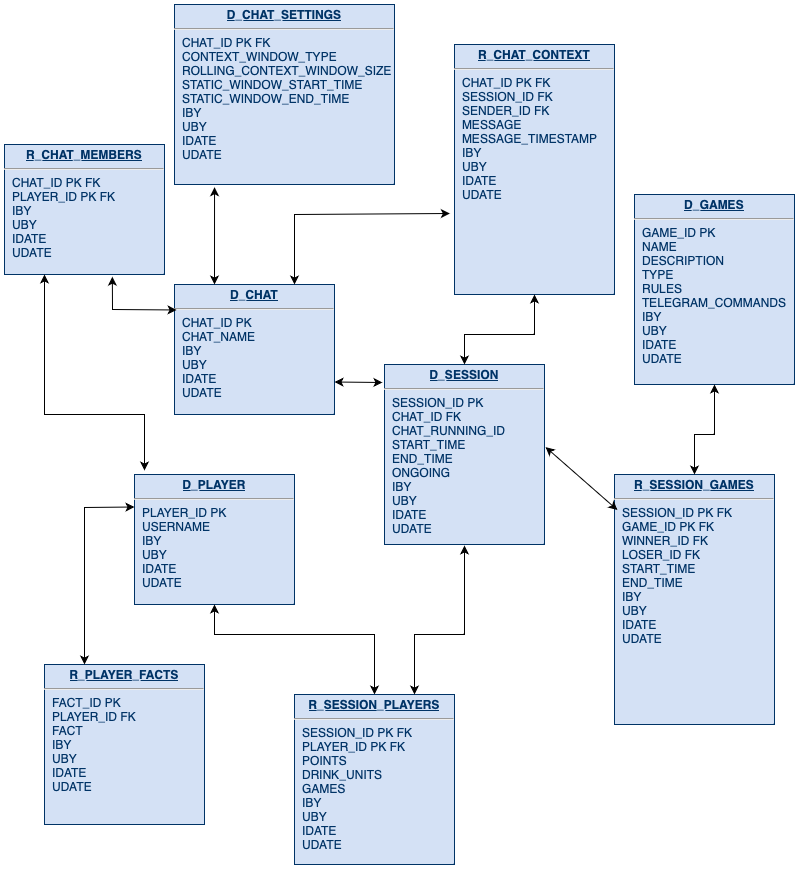
This is TgGameBotDataModel.png from paukkroa/TelegramGameMasterBot, a draw.io export, as it was before one commit. Source tidied: cells renumbered, new cells last; positions are measured from the earlier drawing's top-left corner, leaving out a move shared by most shapes.
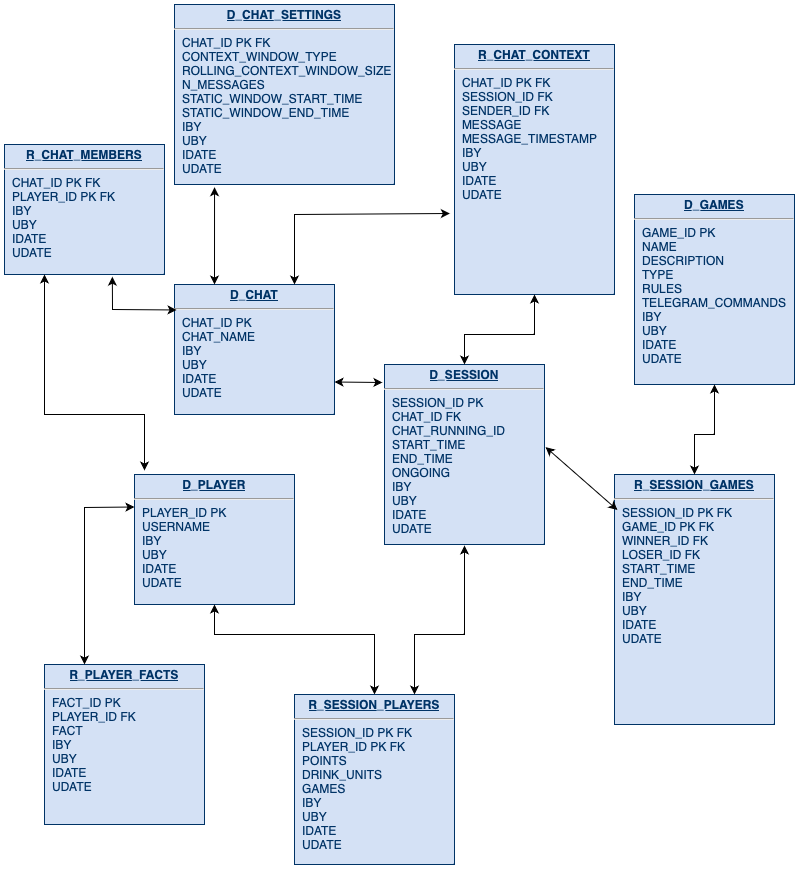
Later version of the same file.

Commit message:
Added n_messages to D_CHAT_SETTINGS

The edit, as a diff of the source:
```diff
@@ -103,7 +103,7 @@
         </Array>
       </mxGeometry>
     </mxCell>
-    <mxCell id="22" value="&lt;p style=&quot;margin: 0px; margin-top: 4px; text-align: center; text-decoration: underline;&quot;&gt;&lt;b&gt;D_CHAT_SETTINGS&lt;/b&gt;&lt;/p&gt;&lt;hr&gt;&lt;p style=&quot;margin: 0px; margin-left: 8px;&quot;&gt;CHAT_ID &lt;span style=&quot;white-space: pre;&quot;&gt;&lt;span style=&quot;white-space: pre;&quot;&gt;&lt;span style=&quot;white-space: pre;&quot;&gt;PK FK&lt;/span&gt;&lt;/span&gt;&lt;/span&gt;&lt;/p&gt;&lt;p style=&quot;margin: 0px; margin-left: 8px;&quot;&gt;&lt;span style=&quot;white-space: pre;&quot;&gt;&lt;span style=&quot;white-space: pre;&quot;&gt;&lt;span style=&quot;white-space: pre;&quot;&gt;CONTEXT_WINDOW_TYPE&lt;/span&gt;&lt;/span&gt;&lt;/span&gt;&lt;/p&gt;&lt;p style=&quot;font-size: 12.000001px; margin: 0px 0px 0px 8px;&quot;&gt;ROLLING_CONTEXT_WINDOW_SIZE&lt;/p&gt;&lt;p style=&quot;font-size: 12.000001px; margin: 0px 0px 0px 8px;&quot;&gt;STATIC_WINDOW_START_TIME&lt;/p&gt;&lt;p style=&quot;font-size: 12.000001px; margin: 0px 0px 0px 8px;&quot;&gt;STATIC_WINDOW_END_TIME&lt;/p&gt;&lt;p style=&quot;font-size: 12.000001px; margin: 0px 0px 0px 8px;&quot;&gt;IBY&lt;/p&gt;&lt;p style=&quot;font-size: 12.000001px; margin: 0px 0px 0px 8px;&quot;&gt;UBY&lt;/p&gt;&lt;p style=&quot;margin: 0px; margin-left: 8px;&quot;&gt;IDATE&lt;/p&gt;&lt;p style=&quot;margin: 0px; margin-left: 8px;&quot;&gt;UDATE&lt;/p&gt;" style="verticalAlign=top;align=left;overflow=fill;fontSize=12;fontFamily=Helvetica;html=1;strokeColor=#003366;shadow=1;fillColor=#D4E1F5;fontColor=#003366;" parent="1" vertex="1">
+    <mxCell id="22" value="&lt;p style=&quot;margin: 0px; margin-top: 4px; text-align: center; text-decoration: underline;&quot;&gt;&lt;b&gt;D_CHAT_SETTINGS&lt;/b&gt;&lt;/p&gt;&lt;hr&gt;&lt;p style=&quot;margin: 0px; margin-left: 8px;&quot;&gt;CHAT_ID &lt;span style=&quot;white-space: pre;&quot;&gt;&lt;span style=&quot;white-space: pre;&quot;&gt;&lt;span style=&quot;white-space: pre;&quot;&gt;PK FK&lt;/span&gt;&lt;/span&gt;&lt;/span&gt;&lt;/p&gt;&lt;p style=&quot;margin: 0px; margin-left: 8px;&quot;&gt;&lt;span style=&quot;white-space: pre;&quot;&gt;&lt;span style=&quot;white-space: pre;&quot;&gt;&lt;span style=&quot;white-space: pre;&quot;&gt;CONTEXT_WINDOW_TYPE&lt;/span&gt;&lt;/span&gt;&lt;/span&gt;&lt;/p&gt;&lt;p style=&quot;font-size: 12.000001px; margin: 0px 0px 0px 8px;&quot;&gt;ROLLING_CONTEXT_WINDOW_SIZE&lt;/p&gt;&lt;p style=&quot;font-size: 12.000001px; margin: 0px 0px 0px 8px;&quot;&gt;N_MESSAGES&lt;/p&gt;&lt;p style=&quot;font-size: 12.000001px; margin: 0px 0px 0px 8px;&quot;&gt;STATIC_WINDOW_START_TIME&lt;/p&gt;&lt;p style=&quot;font-size: 12.000001px; margin: 0px 0px 0px 8px;&quot;&gt;STATIC_WINDOW_END_TIME&lt;/p&gt;&lt;p style=&quot;font-size: 12.000001px; margin: 0px 0px 0px 8px;&quot;&gt;IBY&lt;/p&gt;&lt;p style=&quot;font-size: 12.000001px; margin: 0px 0px 0px 8px;&quot;&gt;UBY&lt;/p&gt;&lt;p style=&quot;margin: 0px; margin-left: 8px;&quot;&gt;IDATE&lt;/p&gt;&lt;p style=&quot;margin: 0px; margin-left: 8px;&quot;&gt;UDATE&lt;/p&gt;" style="verticalAlign=top;align=left;overflow=fill;fontSize=12;fontFamily=Helvetica;html=1;strokeColor=#003366;shadow=1;fillColor=#D4E1F5;fontColor=#003366;" parent="1" vertex="1">
       <mxGeometry x="170" width="220" height="180" as="geometry" />
     </mxCell>
     <mxCell id="23" style="endArrow=classic;startArrow=classic;html=1;rounded=0;exitX=0.25;exitY=0;exitDx=0;exitDy=0;entryX=0.182;entryY=1.015;entryDx=0;entryDy=0;entryPerimeter=0;" parent="1" edge="1" source="16" target="22">
```
